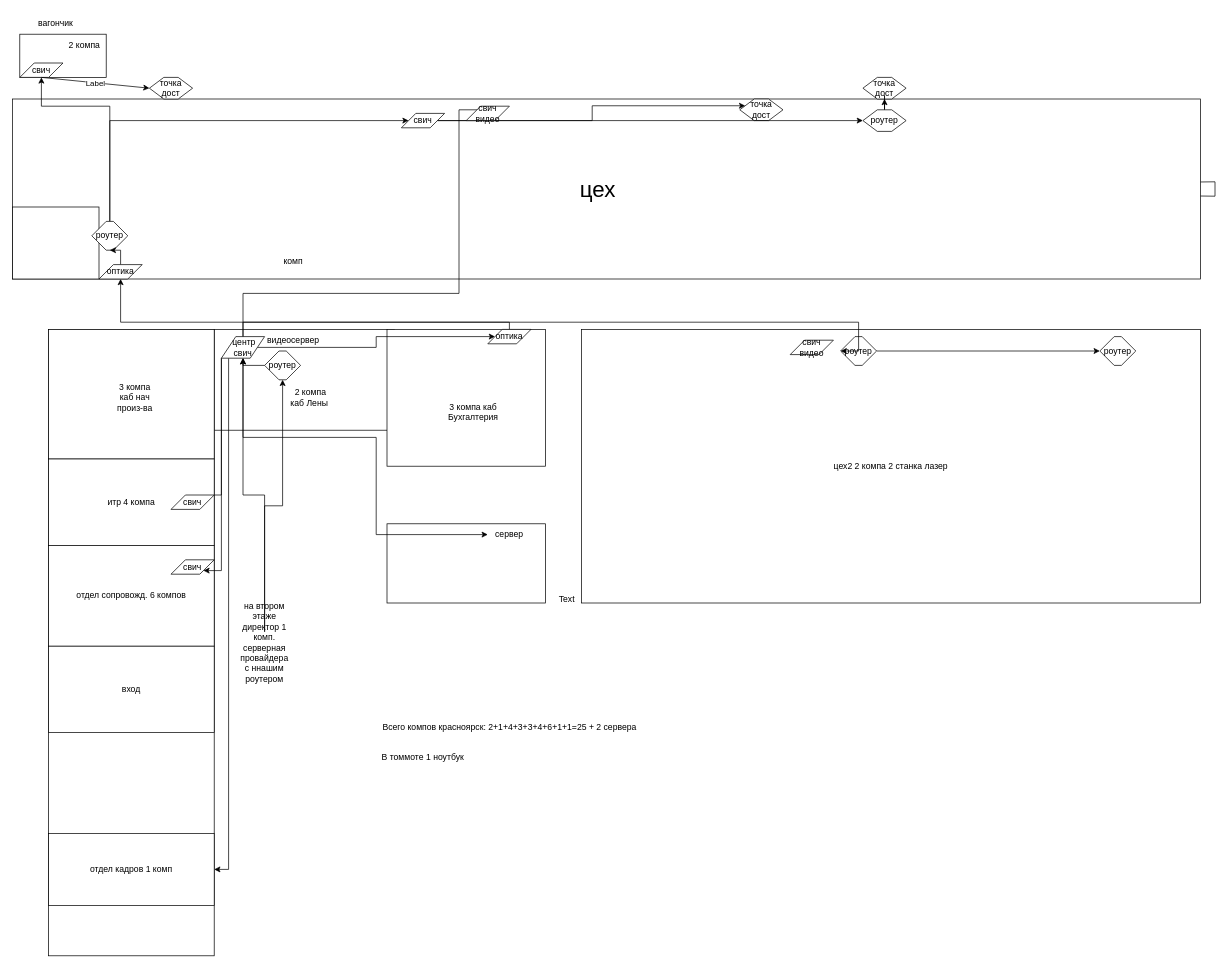
tuniekov/modx_drawio keeps this draw.io diagram as Диаграмма без названия.drawio. Above is the earlier version. Source tidied: cells renumbered, new cells numbered last; positions are measured from the earlier drawing's top-left corner, leaving out a move shared by most shapes. Both pictures are drawn from the tidied source at 72%, with x=0, y=0 at pixel (12, 12).
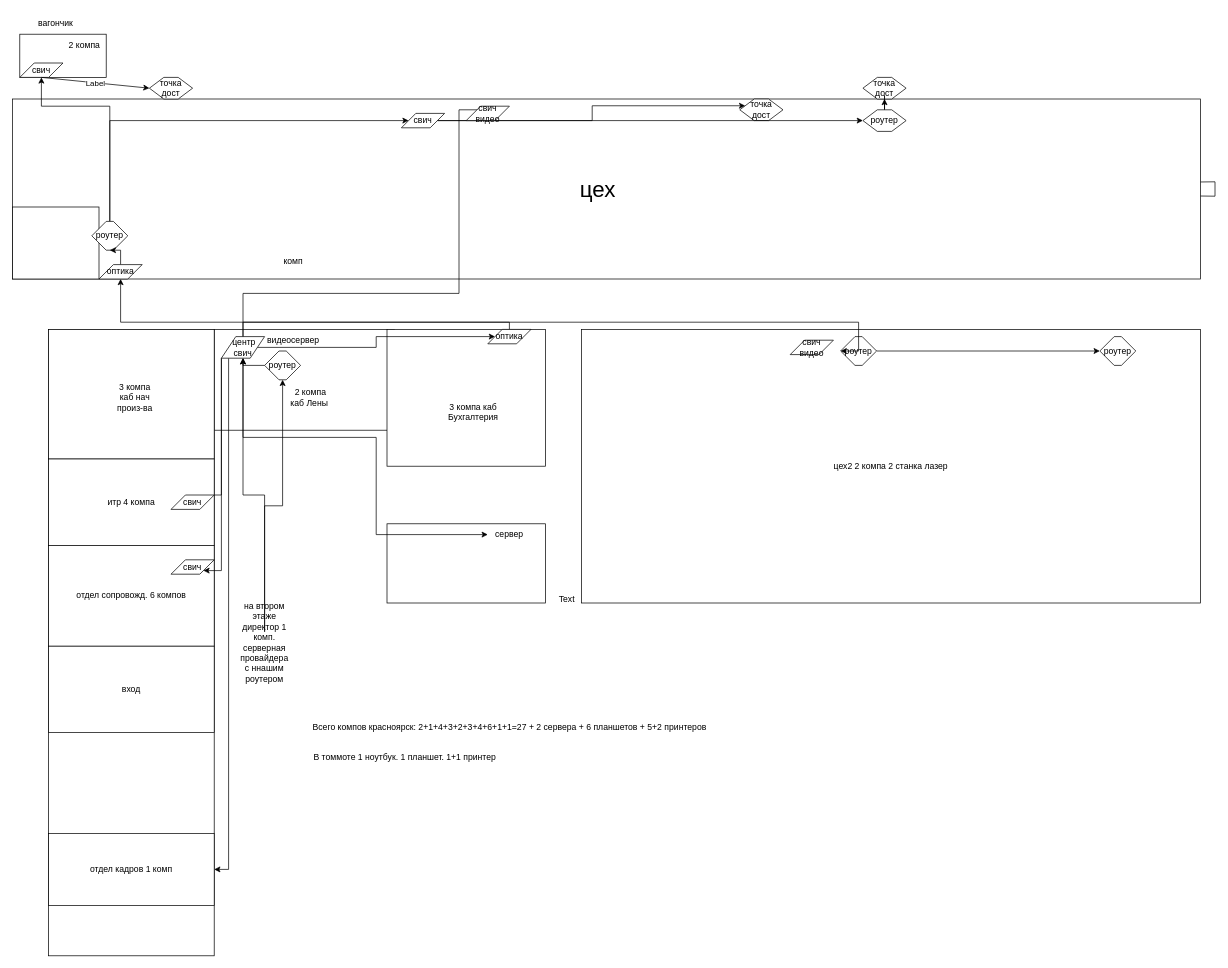
The same diagram, later.

Diff of the diagram source:
```diff
@@
-    <mxCell id="64" value="Всего компов красноярск: 2+1+4+3+3+4+6+1+1=25 + 2 сервера" style="text;html=1;align=center;verticalAlign=middle;strokeColor=none;fillColor=none;" parent="1" vertex="1">
-      <mxGeometry x="500" y="978" width="380" height="30" as="geometry" />
+    <mxCell id="64" value="Всего компов красноярск: 2+1+4+3+2+3+4+6+1+1=27 + 2 сервера + 6 планшетов + 5+2 принтеров" style="text;html=1;align=center;verticalAlign=middle;strokeColor=none;fillColor=none;" parent="1" vertex="1">
+      <mxGeometry x="405" y="978" width="570" height="30" as="geometry" />
     </mxCell>
-    <mxCell id="65" value="В томмоте 1 ноутбук" style="text;html=1;align=center;verticalAlign=middle;whiteSpace=wrap;rounded=0;" parent="1" vertex="1">
-      <mxGeometry x="490" y="1020" width="160" height="30" as="geometry" />
+    <mxCell id="65" value="В томмоте 1 ноутбук. 1 планшет. 1+1 принтер" style="text;html=1;align=center;verticalAlign=middle;whiteSpace=wrap;rounded=0;" parent="1" vertex="1">
+      <mxGeometry x="410" y="1020" width="270" height="30" as="geometry" />
     </mxCell>
```
